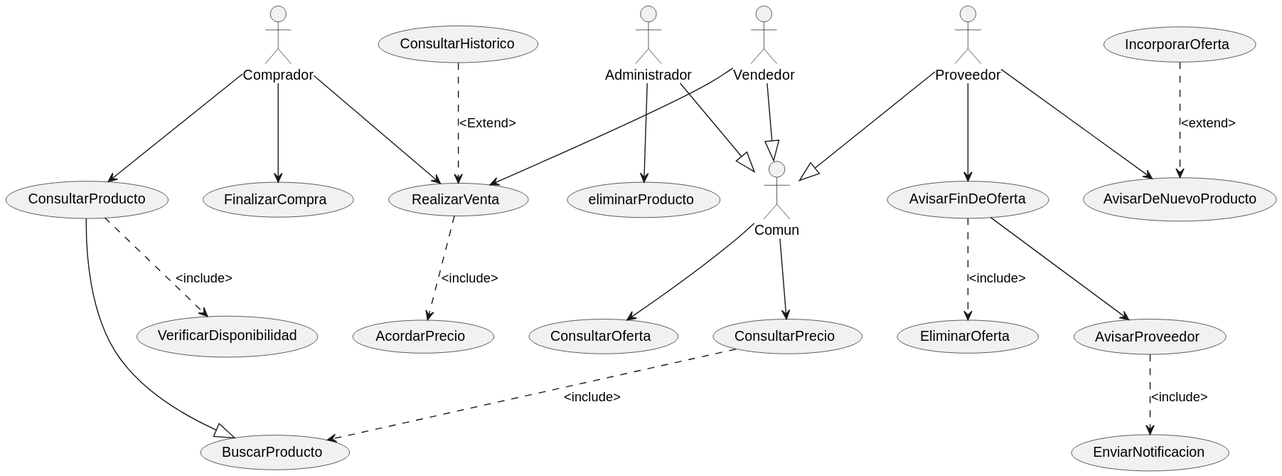
Above: out/lab0/src/SistemaDeCompras/SistemaDeCompras.svg in it557/INRE-UAL-BLANCO-2022 (PlantUML), before the change.
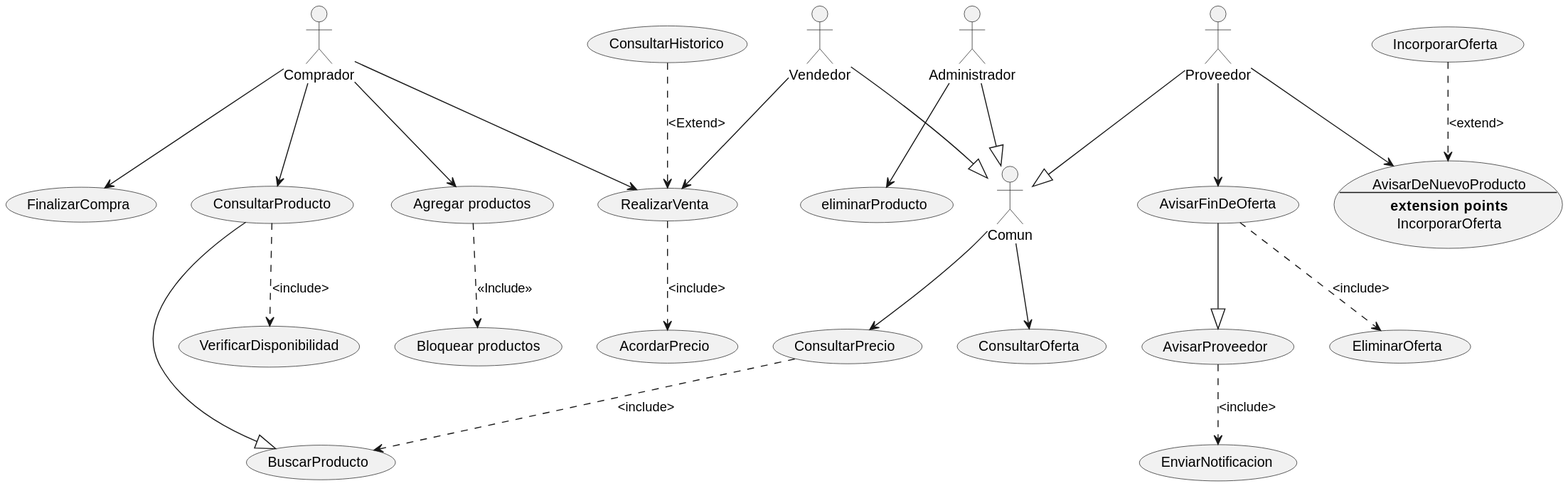
After the change.

Diff of the diagram source:
```diff
@@ -9,13 +9,22 @@
 (ConsultarPrecio)..>(BuscarProducto):<include>
 :Proveedor: --|> Comun
 Proveedor -->(AvisarFinDeOferta)
-Proveedor-->(AvisarDeNuevoProducto)
-(IncorporarOferta)..>(AvisarDeNuevoProducto):<extend>
+
+usecase UC1 as "AvisarDeNuevoProducto
+--
+**extension points**
+IncorporarOferta"
+
+Proveedor-->UC1
+(IncorporarOferta)..>UC1:<extend>
 (AvisarProveedor)..>(EnviarNotificacion):<include>
 (AvisarFinDeOferta)..>(EliminarOferta):<include>
-(AvisarFinDeOferta)-->(AvisarProveedor)
+(AvisarFinDeOferta)--|>(AvisarProveedor)
 (ConsultarProducto)--|>(BuscarProducto)
 :Comprador: --> (ConsultarProducto)
+(Agregar productos) as AgregarProductos
+Comprador --> AgregarProductos
+AgregarProductos ..> (Bloquear productos) : <<Include>>
 (ConsultarProducto)..>(VerificarDisponibilidad):<include>
 Comprador-->(FinalizarCompra)
 Comprador-->(RealizarVenta)
```
